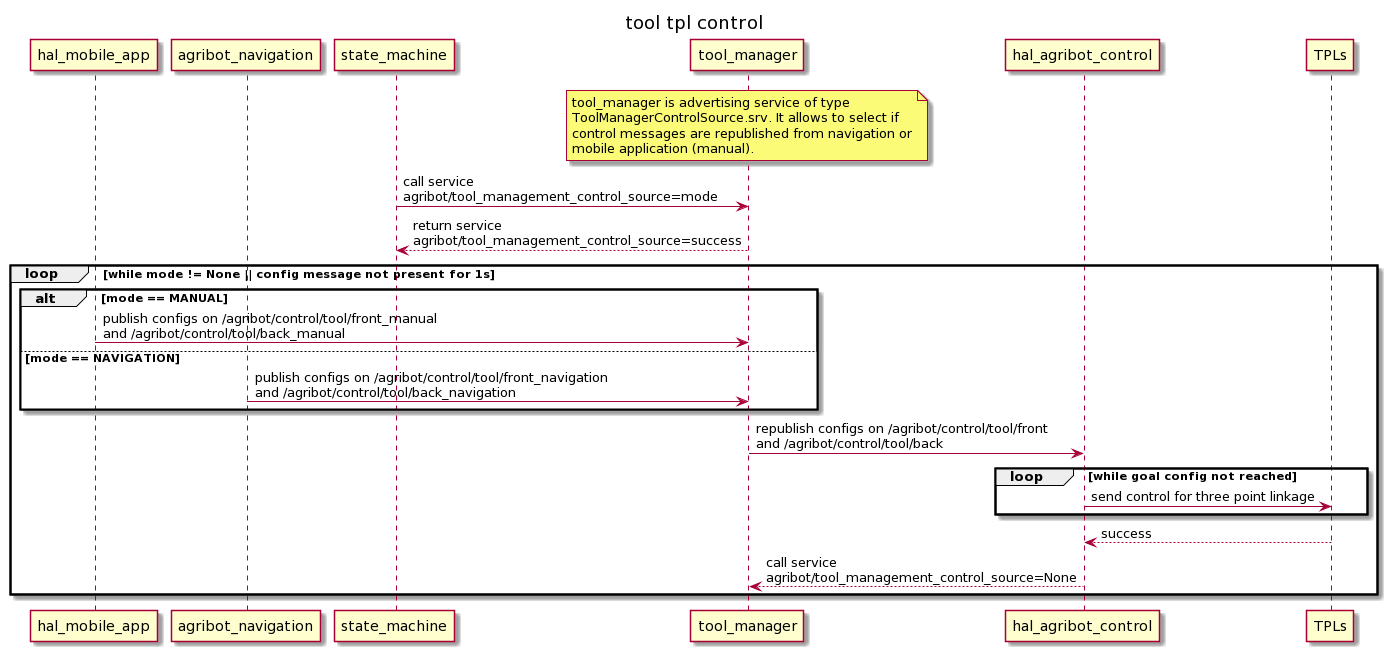
Before: doc/tpl_control.png, a diagram exported from PlantUML (agribot-2-0/agribot_tools_management). Source of this version:
```plantuml
@startuml
title tool tpl control

participant hal_mobile_app
participant agribot_navigation
participant state_machine
participant tool_manager
participant hal_agribot_control
participant TPLs

note over tool_manager:tool_manager is advertising service of type \nToolManagerControlSource.srv. It allows to select if\ncontrol messages are republished from navigation or\nmobile application (manual).

state_machine->tool_manager:call service\nagribot/tool_management_control_source=mode

tool_manager-->state_machine: return service\nagribot/tool_management_control_source=success
loop while mode != None || config message not present for 1s
alt mode == MANUAL
hal_mobile_app->tool_manager:publish configs on /agribot/control/tool/front_manual\nand /agribot/control/tool/back_manual
else mode == NAVIGATION
agribot_navigation->tool_manager:publish configs on /agribot/control/tool/front_navigation\nand /agribot/control/tool/back_navigation
end

tool_manager->hal_agribot_control: republish configs on /agribot/control/tool/front\nand /agribot/control/tool/back
loop while goal config not reached
hal_agribot_control->TPLs: send control for three point linkage
end
TPLs-->hal_agribot_control: success
hal_agribot_control-->tool_manager:call service\nagribot/tool_management_control_source=None

end
@enduml
```
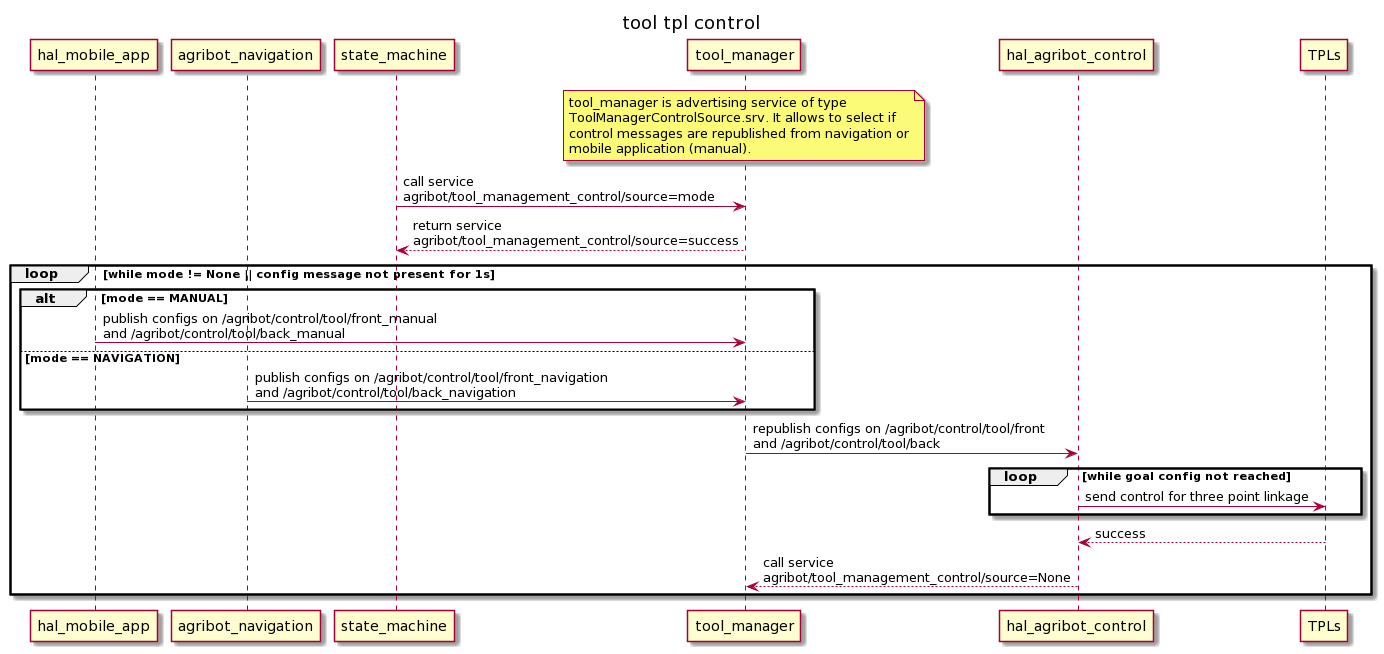
Later version of the same file.

What changed in the source:
```diff
@@ -10,9 +10,9 @@
 
 note over tool_manager:tool_manager is advertising service of type \nToolManagerControlSource.srv. It allows to select if\ncontrol messages are republished from navigation or\nmobile application (manual).
 
-state_machine->tool_manager:call service\nagribot/tool_management_control_source=mode
+state_machine->tool_manager:call service\nagribot/tool_management_control/source=mode
 
-tool_manager-->state_machine: return service\nagribot/tool_management_control_source=success
+tool_manager-->state_machine: return service\nagribot/tool_management_control/source=success
 loop while mode != None || config message not present for 1s
 alt mode == MANUAL
 hal_mobile_app->tool_manager:publish configs on /agribot/control/tool/front_manual\nand /agribot/control/tool/back_manual
@@ -25,7 +25,7 @@
 hal_agribot_control->TPLs: send control for three point linkage
 end
 TPLs-->hal_agribot_control: success
-hal_agribot_control-->tool_manager:call service\nagribot/tool_management_control_source=None
+hal_agribot_control-->tool_manager:call service\nagribot/tool_management_control/source=None
 
 end
 @enduml
```
